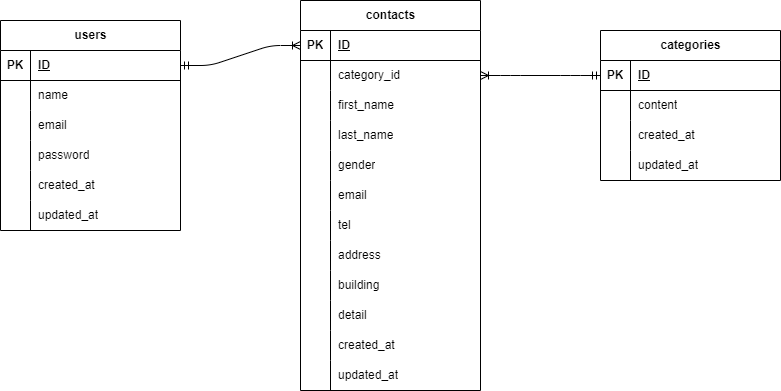
The draw.io diagram contact.drawio.png in kameda11/contact, before a commit. Source tidied: cells renumbered, new cells last; positions are measured from the earlier drawing's top-left corner, leaving out a move shared by most shapes. Its diagram source:
```xml
<mxGraphModel>
  <root>
    <mxCell id="0" />
    <mxCell id="1" parent="0" />
    <mxCell id="2" value="contacts" style="shape=table;startSize=30;rowLines=0;fontStyle=1;align=center;html=1;" parent="1" vertex="1">
      <mxGeometry x="300" width="180" height="390" as="geometry" />
    </mxCell>
    <mxCell id="3" style="shape=tableRow;horizontal=0;startSize=0;swimlaneHead=0;swimlaneBody=0;fillColor=none;points=[[0,0.5],[1,0.5]];portConstraint=eastwest;top=0;left=0;right=0;bottom=1;" parent="2" vertex="1">
      <mxGeometry y="30" width="180" height="30" as="geometry" />
    </mxCell>
    <mxCell id="4" value="PK" style="shape=partialRectangle;fillColor=none;top=0;left=0;bottom=0;right=0;fontStyle=1;overflow=hidden;whiteSpace=wrap;html=1;" parent="3" vertex="1">
      <mxGeometry width="30" height="30" as="geometry" />
    </mxCell>
    <mxCell id="5" value="ID" style="shape=partialRectangle;fillColor=none;top=0;left=0;bottom=0;right=0;align=left;spacingLeft=6;fontStyle=5;overflow=hidden;whiteSpace=wrap;html=1;" parent="3" vertex="1">
      <mxGeometry x="30" width="150" height="30" as="geometry" />
    </mxCell>
    <mxCell id="6" style="shape=tableRow;horizontal=0;startSize=0;swimlaneHead=0;swimlaneBody=0;fillColor=none;points=[[0,0.5],[1,0.5]];portConstraint=eastwest;top=0;left=0;right=0;bottom=0;" parent="2" vertex="1">
      <mxGeometry y="60" width="180" height="30" as="geometry" />
    </mxCell>
    <mxCell id="7" style="shape=partialRectangle;fillColor=none;top=0;left=0;bottom=0;right=0;overflow=hidden;whiteSpace=wrap;html=1;" parent="6" vertex="1">
      <mxGeometry width="30" height="30" as="geometry" />
    </mxCell>
    <mxCell id="8" value="category_id" style="shape=partialRectangle;fillColor=none;top=0;left=0;bottom=0;right=0;align=left;spacingLeft=6;overflow=hidden;whiteSpace=wrap;html=1;" parent="6" vertex="1">
      <mxGeometry x="30" width="150" height="30" as="geometry" />
    </mxCell>
    <mxCell id="9" style="shape=tableRow;horizontal=0;startSize=0;swimlaneHead=0;swimlaneBody=0;fillColor=none;top=0;left=0;right=0;bottom=0;" parent="2" vertex="1">
      <mxGeometry y="90" width="180" height="30" as="geometry" />
    </mxCell>
    <mxCell id="10" style="shape=partialRectangle;fillColor=none;top=0;left=0;bottom=0;right=0;overflow=hidden;whiteSpace=wrap;html=1;" parent="9" vertex="1">
      <mxGeometry width="30" height="30" as="geometry" />
    </mxCell>
    <mxCell id="11" value="first_name" style="shape=partialRectangle;fillColor=none;top=0;left=0;bottom=0;right=0;align=left;spacingLeft=6;overflow=hidden;whiteSpace=wrap;html=1;" parent="9" vertex="1">
      <mxGeometry x="30" width="150" height="30" as="geometry" />
    </mxCell>
    <mxCell id="12" style="shape=tableRow;horizontal=0;startSize=0;swimlaneHead=0;swimlaneBody=0;fillColor=none;top=0;left=0;right=0;bottom=0;" parent="2" vertex="1">
      <mxGeometry y="120" width="180" height="30" as="geometry" />
    </mxCell>
    <mxCell id="13" style="shape=partialRectangle;fillColor=none;top=0;left=0;bottom=0;right=0;overflow=hidden;whiteSpace=wrap;html=1;" parent="12" vertex="1">
      <mxGeometry width="30" height="30" as="geometry" />
    </mxCell>
    <mxCell id="14" value="last_name" style="shape=partialRectangle;fillColor=none;top=0;left=0;bottom=0;right=0;align=left;spacingLeft=6;overflow=hidden;whiteSpace=wrap;html=1;" parent="12" vertex="1">
      <mxGeometry x="30" width="150" height="30" as="geometry" />
    </mxCell>
    <mxCell id="15" style="shape=tableRow;horizontal=0;startSize=0;swimlaneHead=0;swimlaneBody=0;fillColor=none;top=0;left=0;right=0;bottom=0;" parent="2" vertex="1">
      <mxGeometry y="150" width="180" height="30" as="geometry" />
    </mxCell>
    <mxCell id="16" style="shape=partialRectangle;fillColor=none;top=0;left=0;bottom=0;right=0;overflow=hidden;whiteSpace=wrap;html=1;" parent="15" vertex="1">
      <mxGeometry width="30" height="30" as="geometry" />
    </mxCell>
    <mxCell id="17" value="gender" style="shape=partialRectangle;fillColor=none;top=0;left=0;bottom=0;right=0;align=left;spacingLeft=6;overflow=hidden;whiteSpace=wrap;html=1;" parent="15" vertex="1">
      <mxGeometry x="30" width="150" height="30" as="geometry" />
    </mxCell>
    <mxCell id="18" style="shape=tableRow;horizontal=0;startSize=0;swimlaneHead=0;swimlaneBody=0;fillColor=none;top=0;left=0;right=0;bottom=0;" parent="2" vertex="1">
      <mxGeometry y="180" width="180" height="30" as="geometry" />
    </mxCell>
    <mxCell id="19" style="shape=partialRectangle;fillColor=none;top=0;left=0;bottom=0;right=0;overflow=hidden;whiteSpace=wrap;html=1;" parent="18" vertex="1">
      <mxGeometry width="30" height="30" as="geometry" />
    </mxCell>
    <mxCell id="20" value="email" style="shape=partialRectangle;fillColor=none;top=0;left=0;bottom=0;right=0;align=left;spacingLeft=6;overflow=hidden;whiteSpace=wrap;html=1;" parent="18" vertex="1">
      <mxGeometry x="30" width="150" height="30" as="geometry" />
    </mxCell>
    <mxCell id="21" style="shape=tableRow;horizontal=0;startSize=0;swimlaneHead=0;swimlaneBody=0;fillColor=none;top=0;left=0;right=0;bottom=0;" parent="2" vertex="1">
      <mxGeometry y="210" width="180" height="30" as="geometry" />
    </mxCell>
    <mxCell id="22" style="shape=partialRectangle;fillColor=none;top=0;left=0;bottom=0;right=0;overflow=hidden;whiteSpace=wrap;html=1;" parent="21" vertex="1">
      <mxGeometry width="30" height="30" as="geometry" />
    </mxCell>
    <mxCell id="23" value="tel" style="shape=partialRectangle;fillColor=none;top=0;left=0;bottom=0;right=0;align=left;spacingLeft=6;overflow=hidden;whiteSpace=wrap;html=1;" parent="21" vertex="1">
      <mxGeometry x="30" width="150" height="30" as="geometry" />
    </mxCell>
    <mxCell id="24" style="shape=tableRow;horizontal=0;startSize=0;swimlaneHead=0;swimlaneBody=0;fillColor=none;top=0;left=0;right=0;bottom=0;" parent="2" vertex="1">
      <mxGeometry y="240" width="180" height="30" as="geometry" />
    </mxCell>
    <mxCell id="25" style="shape=partialRectangle;fillColor=none;top=0;left=0;bottom=0;right=0;overflow=hidden;whiteSpace=wrap;html=1;" parent="24" vertex="1">
      <mxGeometry width="30" height="30" as="geometry" />
    </mxCell>
    <mxCell id="26" value="address" style="shape=partialRectangle;fillColor=none;top=0;left=0;bottom=0;right=0;align=left;spacingLeft=6;overflow=hidden;whiteSpace=wrap;html=1;" parent="24" vertex="1">
      <mxGeometry x="30" width="150" height="30" as="geometry" />
    </mxCell>
    <mxCell id="27" style="shape=tableRow;horizontal=0;startSize=0;swimlaneHead=0;swimlaneBody=0;fillColor=none;top=0;left=0;right=0;bottom=0;" parent="2" vertex="1">
      <mxGeometry y="270" width="180" height="30" as="geometry" />
    </mxCell>
    <mxCell id="28" style="shape=partialRectangle;fillColor=none;top=0;left=0;bottom=0;right=0;overflow=hidden;whiteSpace=wrap;html=1;" parent="27" vertex="1">
      <mxGeometry width="30" height="30" as="geometry" />
    </mxCell>
    <mxCell id="29" value="building" style="shape=partialRectangle;fillColor=none;top=0;left=0;bottom=0;right=0;align=left;spacingLeft=6;overflow=hidden;whiteSpace=wrap;html=1;" parent="27" vertex="1">
      <mxGeometry x="30" width="150" height="30" as="geometry" />
    </mxCell>
    <mxCell id="30" style="shape=tableRow;horizontal=0;startSize=0;swimlaneHead=0;swimlaneBody=0;fillColor=none;top=0;left=0;right=0;bottom=0;" parent="2" vertex="1">
      <mxGeometry y="300" width="180" height="30" as="geometry" />
    </mxCell>
    <mxCell id="31" style="shape=partialRectangle;fillColor=none;top=0;left=0;bottom=0;right=0;overflow=hidden;whiteSpace=wrap;html=1;" parent="30" vertex="1">
      <mxGeometry width="30" height="30" as="geometry" />
    </mxCell>
    <mxCell id="32" value="detail" style="shape=partialRectangle;fillColor=none;top=0;left=0;bottom=0;right=0;align=left;spacingLeft=6;overflow=hidden;whiteSpace=wrap;html=1;" parent="30" vertex="1">
      <mxGeometry x="30" width="150" height="30" as="geometry" />
    </mxCell>
    <mxCell id="33" style="shape=tableRow;horizontal=0;startSize=0;swimlaneHead=0;swimlaneBody=0;fillColor=none;top=0;left=0;right=0;bottom=0;" parent="2" vertex="1">
      <mxGeometry y="330" width="180" height="30" as="geometry" />
    </mxCell>
    <mxCell id="34" style="shape=partialRectangle;fillColor=none;top=0;left=0;bottom=0;right=0;overflow=hidden;whiteSpace=wrap;html=1;" parent="33" vertex="1">
      <mxGeometry width="30" height="30" as="geometry" />
    </mxCell>
    <mxCell id="35" value="created_at" style="shape=partialRectangle;fillColor=none;top=0;left=0;bottom=0;right=0;align=left;spacingLeft=6;overflow=hidden;whiteSpace=wrap;html=1;" parent="33" vertex="1">
      <mxGeometry x="30" width="150" height="30" as="geometry" />
    </mxCell>
    <mxCell id="36" style="shape=tableRow;horizontal=0;startSize=0;swimlaneHead=0;swimlaneBody=0;fillColor=none;top=0;left=0;right=0;bottom=0;" parent="2" vertex="1">
      <mxGeometry y="360" width="180" height="30" as="geometry" />
    </mxCell>
    <mxCell id="37" style="shape=partialRectangle;fillColor=none;top=0;left=0;bottom=0;right=0;overflow=hidden;whiteSpace=wrap;html=1;" parent="36" vertex="1">
      <mxGeometry width="30" height="30" as="geometry" />
    </mxCell>
    <mxCell id="38" value="updated_at" style="shape=partialRectangle;fillColor=none;top=0;left=0;bottom=0;right=0;align=left;spacingLeft=6;overflow=hidden;whiteSpace=wrap;html=1;" parent="36" vertex="1">
      <mxGeometry x="30" width="150" height="30" as="geometry" />
    </mxCell>
    <mxCell id="39" value="categories" style="shape=table;startSize=30;rowLines=0;fontStyle=1;align=center;html=1;" parent="1" vertex="1">
      <mxGeometry x="600" y="30" width="180" height="150" as="geometry" />
    </mxCell>
    <mxCell id="40" style="shape=tableRow;horizontal=0;startSize=0;swimlaneHead=0;swimlaneBody=0;fillColor=none;points=[[0,0.5],[1,0.5]];portConstraint=eastwest;top=0;left=0;right=0;bottom=1;" parent="39" vertex="1">
      <mxGeometry y="30" width="180" height="30" as="geometry" />
    </mxCell>
    <mxCell id="41" value="PK" style="shape=partialRectangle;fillColor=none;top=0;left=0;bottom=0;right=0;fontStyle=1;overflow=hidden;whiteSpace=wrap;html=1;" parent="40" vertex="1">
      <mxGeometry width="30" height="30" as="geometry" />
    </mxCell>
    <mxCell id="42" value="ID" style="shape=partialRectangle;fillColor=none;top=0;left=0;bottom=0;right=0;align=left;spacingLeft=6;fontStyle=5;overflow=hidden;whiteSpace=wrap;html=1;" parent="40" vertex="1">
      <mxGeometry x="30" width="150" height="30" as="geometry" />
    </mxCell>
    <mxCell id="43" style="shape=tableRow;horizontal=0;startSize=0;swimlaneHead=0;swimlaneBody=0;fillColor=none;top=0;left=0;right=0;bottom=0;" parent="39" vertex="1">
      <mxGeometry y="60" width="180" height="30" as="geometry" />
    </mxCell>
    <mxCell id="44" style="shape=partialRectangle;fillColor=none;top=0;left=0;bottom=0;right=0;overflow=hidden;whiteSpace=wrap;html=1;" parent="43" vertex="1">
      <mxGeometry width="30" height="30" as="geometry" />
    </mxCell>
    <mxCell id="45" value="content" style="shape=partialRectangle;fillColor=none;top=0;left=0;bottom=0;right=0;align=left;spacingLeft=6;overflow=hidden;whiteSpace=wrap;html=1;" parent="43" vertex="1">
      <mxGeometry x="30" width="150" height="30" as="geometry" />
    </mxCell>
    <mxCell id="46" style="shape=tableRow;horizontal=0;startSize=0;swimlaneHead=0;swimlaneBody=0;fillColor=none;top=0;left=0;right=0;bottom=0;" parent="39" vertex="1">
      <mxGeometry y="90" width="180" height="30" as="geometry" />
    </mxCell>
    <mxCell id="47" style="shape=partialRectangle;fillColor=none;top=0;left=0;bottom=0;right=0;overflow=hidden;whiteSpace=wrap;html=1;" parent="46" vertex="1">
      <mxGeometry width="30" height="30" as="geometry" />
    </mxCell>
    <mxCell id="48" value="created_at" style="shape=partialRectangle;fillColor=none;top=0;left=0;bottom=0;right=0;align=left;spacingLeft=6;overflow=hidden;whiteSpace=wrap;html=1;" parent="46" vertex="1">
      <mxGeometry x="30" width="150" height="30" as="geometry" />
    </mxCell>
    <mxCell id="49" style="shape=tableRow;horizontal=0;startSize=0;swimlaneHead=0;swimlaneBody=0;fillColor=none;top=0;left=0;right=0;bottom=0;" parent="39" vertex="1">
      <mxGeometry y="120" width="180" height="30" as="geometry" />
    </mxCell>
    <mxCell id="50" style="shape=partialRectangle;fillColor=none;top=0;left=0;bottom=0;right=0;overflow=hidden;whiteSpace=wrap;html=1;" parent="49" vertex="1">
      <mxGeometry width="30" height="30" as="geometry" />
    </mxCell>
    <mxCell id="51" value="updated_at" style="shape=partialRectangle;fillColor=none;top=0;left=0;bottom=0;right=0;align=left;spacingLeft=6;overflow=hidden;whiteSpace=wrap;html=1;" parent="49" vertex="1">
      <mxGeometry x="30" width="150" height="30" as="geometry" />
    </mxCell>
    <mxCell id="52" value="users" style="shape=table;startSize=30;rowLines=0;fontStyle=1;align=center;html=1;" parent="1" vertex="1">
      <mxGeometry y="20" width="180" height="210" as="geometry" />
    </mxCell>
    <mxCell id="53" style="shape=tableRow;horizontal=0;startSize=0;swimlaneHead=0;swimlaneBody=0;fillColor=none;points=[[0,0.5],[1,0.5]];portConstraint=eastwest;top=0;left=0;right=0;bottom=1;" parent="52" vertex="1">
      <mxGeometry y="30" width="180" height="30" as="geometry" />
    </mxCell>
    <mxCell id="54" value="PK" style="shape=partialRectangle;fillColor=none;top=0;left=0;bottom=0;right=0;fontStyle=1;overflow=hidden;whiteSpace=wrap;html=1;" parent="53" vertex="1">
      <mxGeometry width="30" height="30" as="geometry" />
    </mxCell>
    <mxCell id="55" value="ID" style="shape=partialRectangle;fillColor=none;top=0;left=0;bottom=0;right=0;align=left;spacingLeft=6;fontStyle=5;overflow=hidden;whiteSpace=wrap;html=1;" parent="53" vertex="1">
      <mxGeometry x="30" width="150" height="30" as="geometry" />
    </mxCell>
    <mxCell id="56" style="shape=tableRow;horizontal=0;startSize=0;swimlaneHead=0;swimlaneBody=0;fillColor=none;top=0;left=0;right=0;bottom=0;" parent="52" vertex="1">
      <mxGeometry y="60" width="180" height="30" as="geometry" />
    </mxCell>
    <mxCell id="57" style="shape=partialRectangle;fillColor=none;top=0;left=0;bottom=0;right=0;overflow=hidden;whiteSpace=wrap;html=1;" parent="56" vertex="1">
      <mxGeometry width="30" height="30" as="geometry" />
    </mxCell>
    <mxCell id="58" value="name" style="shape=partialRectangle;fillColor=none;top=0;left=0;bottom=0;right=0;align=left;spacingLeft=6;overflow=hidden;whiteSpace=wrap;html=1;" parent="56" vertex="1">
      <mxGeometry x="30" width="150" height="30" as="geometry" />
    </mxCell>
    <mxCell id="59" style="shape=tableRow;horizontal=0;startSize=0;swimlaneHead=0;swimlaneBody=0;fillColor=none;top=0;left=0;right=0;bottom=0;" parent="52" vertex="1">
      <mxGeometry y="90" width="180" height="30" as="geometry" />
    </mxCell>
    <mxCell id="60" style="shape=partialRectangle;fillColor=none;top=0;left=0;bottom=0;right=0;overflow=hidden;whiteSpace=wrap;html=1;" parent="59" vertex="1">
      <mxGeometry width="30" height="30" as="geometry" />
    </mxCell>
    <mxCell id="61" value="email" style="shape=partialRectangle;fillColor=none;top=0;left=0;bottom=0;right=0;align=left;spacingLeft=6;overflow=hidden;whiteSpace=wrap;html=1;" parent="59" vertex="1">
      <mxGeometry x="30" width="150" height="30" as="geometry" />
    </mxCell>
    <mxCell id="62" style="shape=tableRow;horizontal=0;startSize=0;swimlaneHead=0;swimlaneBody=0;fillColor=none;top=0;left=0;right=0;bottom=0;" parent="52" vertex="1">
      <mxGeometry y="120" width="180" height="30" as="geometry" />
    </mxCell>
    <mxCell id="63" style="shape=partialRectangle;fillColor=none;top=0;left=0;bottom=0;right=0;overflow=hidden;whiteSpace=wrap;html=1;" parent="62" vertex="1">
      <mxGeometry width="30" height="30" as="geometry" />
    </mxCell>
    <mxCell id="64" value="password" style="shape=partialRectangle;fillColor=none;top=0;left=0;bottom=0;right=0;align=left;spacingLeft=6;overflow=hidden;whiteSpace=wrap;html=1;" parent="62" vertex="1">
      <mxGeometry x="30" width="150" height="30" as="geometry" />
    </mxCell>
    <mxCell id="65" style="shape=tableRow;horizontal=0;startSize=0;swimlaneHead=0;swimlaneBody=0;fillColor=none;top=0;left=0;right=0;bottom=0;" parent="52" vertex="1">
      <mxGeometry y="150" width="180" height="30" as="geometry" />
    </mxCell>
    <mxCell id="66" style="shape=partialRectangle;fillColor=none;top=0;left=0;bottom=0;right=0;overflow=hidden;whiteSpace=wrap;html=1;" parent="65" vertex="1">
      <mxGeometry width="30" height="30" as="geometry" />
    </mxCell>
    <mxCell id="67" value="created_at" style="shape=partialRectangle;fillColor=none;top=0;left=0;bottom=0;right=0;align=left;spacingLeft=6;overflow=hidden;whiteSpace=wrap;html=1;" parent="65" vertex="1">
      <mxGeometry x="30" width="150" height="30" as="geometry" />
    </mxCell>
    <mxCell id="68" style="shape=tableRow;horizontal=0;startSize=0;swimlaneHead=0;swimlaneBody=0;fillColor=none;top=0;left=0;right=0;bottom=0;" parent="52" vertex="1">
      <mxGeometry y="180" width="180" height="30" as="geometry" />
    </mxCell>
    <mxCell id="69" style="shape=partialRectangle;fillColor=none;top=0;left=0;bottom=0;right=0;overflow=hidden;whiteSpace=wrap;html=1;" parent="68" vertex="1">
      <mxGeometry width="30" height="30" as="geometry" />
    </mxCell>
    <mxCell id="70" value="updated_at" style="shape=partialRectangle;fillColor=none;top=0;left=0;bottom=0;right=0;align=left;spacingLeft=6;overflow=hidden;whiteSpace=wrap;html=1;" parent="68" vertex="1">
      <mxGeometry x="30" width="150" height="30" as="geometry" />
    </mxCell>
    <mxCell id="71" style="edgeStyle=entityRelationEdgeStyle;fontSize=12;html=1;endArrow=ERoneToMany;startArrow=ERmandOne;exitX=1;exitY=0.5;exitDx=0;exitDy=0;entryX=0;entryY=0.5;entryDx=0;entryDy=0;" parent="1" edge="1" source="53" target="3">
      <mxGeometry relative="1" as="geometry" />
    </mxCell>
    <mxCell id="72" style="edgeStyle=entityRelationEdgeStyle;fontSize=12;html=1;endArrow=ERoneToMany;startArrow=ERmandOne;exitX=0;exitY=0.5;exitDx=0;exitDy=0;entryX=1;entryY=0.5;entryDx=0;entryDy=0;" parent="1" edge="1" source="40" target="6">
      <mxGeometry relative="1" as="geometry" />
    </mxCell>
  </root>
</mxGraphModel>
```
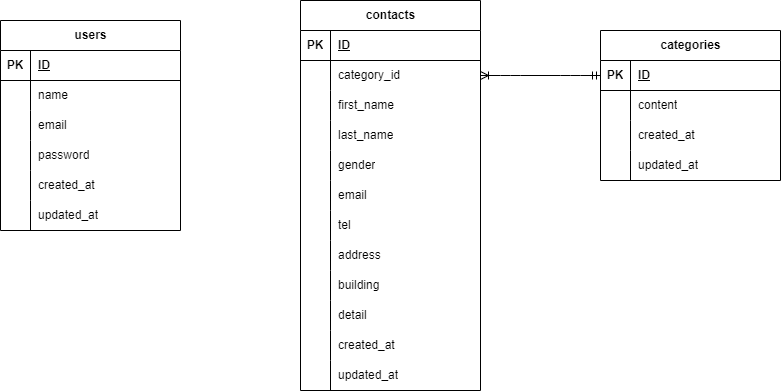
The same file after the commit.

Diff of the diagram source:
```diff
@@ -209,9 +209,6 @@
     <mxCell id="70" value="updated_at" style="shape=partialRectangle;fillColor=none;top=0;left=0;bottom=0;right=0;align=left;spacingLeft=6;overflow=hidden;whiteSpace=wrap;html=1;" parent="68" vertex="1">
       <mxGeometry x="30" width="150" height="30" as="geometry" />
     </mxCell>
-    <mxCell id="71" style="edgeStyle=entityRelationEdgeStyle;fontSize=12;html=1;endArrow=ERoneToMany;startArrow=ERmandOne;exitX=1;exitY=0.5;exitDx=0;exitDy=0;entryX=0;entryY=0.5;entryDx=0;entryDy=0;" parent="1" edge="1" source="53" target="3">
-      <mxGeometry relative="1" as="geometry" />
-    </mxCell>
     <mxCell id="72" style="edgeStyle=entityRelationEdgeStyle;fontSize=12;html=1;endArrow=ERoneToMany;startArrow=ERmandOne;exitX=0;exitY=0.5;exitDx=0;exitDy=0;entryX=1;entryY=0.5;entryDx=0;entryDy=0;" parent="1" edge="1" source="40" target="6">
       <mxGeometry relative="1" as="geometry" />
     </mxCell>
```
